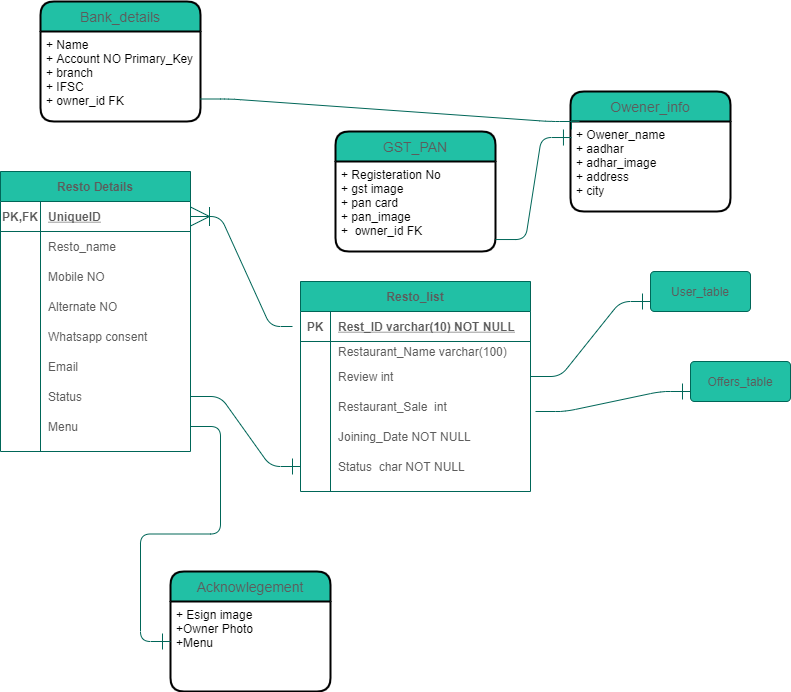
Earlier version of the draw.io export Resto_list.drawio.png (t007rushi/Resto_list). Source tidied: cells renumbered, new cells last; positions are measured from the earlier drawing's top-left corner, leaving out a move shared by most shapes. Source of this version:
```xml
<mxGraphModel>
  <root>
    <mxCell id="0" />
    <mxCell id="1" parent="0" />
    <mxCell id="2" value="Resto_list" style="shape=table;startSize=30;rowLines=0;fontStyle=1;align=center;hachureGap=4;fillColor=#21C0A5;strokeColor=#006658;fontColor=#5C5C5C;" parent="1" vertex="1">
      <mxGeometry x="300" y="280" width="230" height="210" as="geometry" />
    </mxCell>
    <mxCell id="3" style="shape=partialRectangle;fillColor=none;top=0;left=0;bottom=1;right=0;points=[[0,0.5],[1,0.5]];portConstraint=eastwest;strokeColor=#006658;fontColor=#5C5C5C;" parent="2" vertex="1">
      <mxGeometry y="30" width="230" height="30" as="geometry" />
    </mxCell>
    <mxCell id="4" value="PK" style="shape=partialRectangle;fillColor=none;top=0;left=0;bottom=0;right=0;fontStyle=1;overflow=hidden;strokeColor=#006658;fontColor=#5C5C5C;" parent="3" vertex="1">
      <mxGeometry width="30" height="30" as="geometry" />
    </mxCell>
    <mxCell id="5" value="Rest_ID varchar(10) NOT NULL" style="shape=partialRectangle;fillColor=none;top=0;left=0;bottom=0;right=0;align=left;spacingLeft=6;fontStyle=5;overflow=hidden;strokeColor=#006658;fontColor=#5C5C5C;" parent="3" vertex="1">
      <mxGeometry x="30" width="200" height="30" as="geometry" />
    </mxCell>
    <mxCell id="6" style="shape=partialRectangle;fillColor=none;top=0;left=0;bottom=0;right=0;strokeColor=#006658;fontColor=#5C5C5C;" parent="2" vertex="1">
      <mxGeometry y="60" width="230" height="20" as="geometry" />
    </mxCell>
    <mxCell id="7" style="shape=partialRectangle;fillColor=none;top=0;left=0;bottom=0;right=0;overflow=hidden;strokeColor=#006658;fontColor=#5C5C5C;" parent="6" vertex="1">
      <mxGeometry width="30" height="20" as="geometry" />
    </mxCell>
    <mxCell id="8" value="Restaurant_Name varchar(100)" style="shape=partialRectangle;fillColor=none;top=0;left=0;bottom=0;right=0;align=left;spacingLeft=6;overflow=hidden;strokeColor=#006658;fontColor=#5C5C5C;" parent="6" vertex="1">
      <mxGeometry x="30" width="200" height="20" as="geometry" />
    </mxCell>
    <mxCell id="9" style="shape=partialRectangle;fillColor=none;top=0;left=0;bottom=0;right=0;points=[[0,0.5],[1,0.5]];portConstraint=eastwest;strokeColor=#006658;fontColor=#5C5C5C;" parent="2" vertex="1">
      <mxGeometry y="80" width="230" height="30" as="geometry" />
    </mxCell>
    <mxCell id="10" style="shape=partialRectangle;fillColor=none;top=0;left=0;bottom=0;right=0;overflow=hidden;strokeColor=#006658;fontColor=#5C5C5C;" parent="9" vertex="1">
      <mxGeometry width="30" height="30" as="geometry" />
    </mxCell>
    <mxCell id="11" value="Review int " style="shape=partialRectangle;fillColor=none;top=0;left=0;bottom=0;right=0;align=left;spacingLeft=6;overflow=hidden;strokeColor=#006658;fontColor=#5C5C5C;" parent="9" vertex="1">
      <mxGeometry x="30" width="200" height="30" as="geometry" />
    </mxCell>
    <mxCell id="12" style="shape=partialRectangle;fillColor=none;top=0;left=0;bottom=0;right=0;strokeColor=#006658;fontColor=#5C5C5C;" parent="2" vertex="1">
      <mxGeometry y="110" width="230" height="30" as="geometry" />
    </mxCell>
    <mxCell id="13" style="shape=partialRectangle;fillColor=none;top=0;left=0;bottom=0;right=0;overflow=hidden;strokeColor=#006658;fontColor=#5C5C5C;" parent="12" vertex="1">
      <mxGeometry width="30" height="30" as="geometry" />
    </mxCell>
    <mxCell id="14" value="Restaurant_Sale  int" style="shape=partialRectangle;fillColor=none;top=0;left=0;bottom=0;right=0;align=left;spacingLeft=6;overflow=hidden;strokeColor=#006658;fontColor=#5C5C5C;" parent="12" vertex="1">
      <mxGeometry x="30" width="200" height="30" as="geometry" />
    </mxCell>
    <mxCell id="15" style="shape=partialRectangle;fillColor=none;top=0;left=0;bottom=0;right=0;strokeColor=#006658;fontColor=#5C5C5C;" parent="2" vertex="1">
      <mxGeometry y="140" width="230" height="30" as="geometry" />
    </mxCell>
    <mxCell id="16" style="shape=partialRectangle;fillColor=none;top=0;left=0;bottom=0;right=0;overflow=hidden;strokeColor=#006658;fontColor=#5C5C5C;" parent="15" vertex="1">
      <mxGeometry width="30" height="30" as="geometry" />
    </mxCell>
    <mxCell id="17" value="Joining_Date NOT NULL" style="shape=partialRectangle;fillColor=none;top=0;left=0;bottom=0;right=0;align=left;spacingLeft=6;overflow=hidden;strokeColor=#006658;fontColor=#5C5C5C;" parent="15" vertex="1">
      <mxGeometry x="30" width="200" height="30" as="geometry" />
    </mxCell>
    <mxCell id="18" style="shape=partialRectangle;fillColor=none;top=0;left=0;bottom=0;right=0;points=[[0,0.5],[1,0.5]];portConstraint=eastwest;strokeColor=#006658;fontColor=#5C5C5C;" parent="2" vertex="1">
      <mxGeometry y="170" width="230" height="30" as="geometry" />
    </mxCell>
    <mxCell id="19" style="shape=partialRectangle;fillColor=none;top=0;left=0;bottom=0;right=0;overflow=hidden;strokeColor=#006658;fontColor=#5C5C5C;" parent="18" vertex="1">
      <mxGeometry width="30" height="30" as="geometry" />
    </mxCell>
    <mxCell id="20" value="Status  char NOT NULL " style="shape=partialRectangle;fillColor=none;top=0;left=0;bottom=0;right=0;align=left;spacingLeft=6;overflow=hidden;strokeColor=#006658;fontColor=#5C5C5C;" parent="18" vertex="1">
      <mxGeometry x="30" width="200" height="30" as="geometry" />
    </mxCell>
    <mxCell id="21" value="Resto Details" style="shape=table;startSize=30;rowLines=0;fontStyle=1;align=center;hachureGap=4;fillColor=#21C0A5;strokeColor=#006658;fontColor=#5C5C5C;" parent="1" vertex="1">
      <mxGeometry y="170" width="190" height="280" as="geometry" />
    </mxCell>
    <mxCell id="22" style="shape=partialRectangle;fillColor=none;top=0;left=0;bottom=1;right=0;points=[[0,0.5],[1,0.5]];portConstraint=eastwest;strokeColor=#006658;fontColor=#5C5C5C;" parent="21" vertex="1">
      <mxGeometry y="30" width="190" height="30" as="geometry" />
    </mxCell>
    <mxCell id="23" value="PK,FK" style="shape=partialRectangle;fillColor=none;top=0;left=0;bottom=0;right=0;fontStyle=1;overflow=hidden;strokeColor=#006658;fontColor=#5C5C5C;" parent="22" vertex="1">
      <mxGeometry width="40" height="30" as="geometry" />
    </mxCell>
    <mxCell id="24" value="UniqueID" style="shape=partialRectangle;fillColor=none;top=0;left=0;bottom=0;right=0;align=left;spacingLeft=6;fontStyle=5;overflow=hidden;strokeColor=#006658;fontColor=#5C5C5C;" parent="22" vertex="1">
      <mxGeometry x="40" width="150" height="30" as="geometry" />
    </mxCell>
    <mxCell id="25" style="shape=partialRectangle;fillColor=none;top=0;left=0;bottom=0;right=0;strokeColor=#006658;fontColor=#5C5C5C;" parent="21" vertex="1">
      <mxGeometry y="60" width="190" height="30" as="geometry" />
    </mxCell>
    <mxCell id="26" style="shape=partialRectangle;fillColor=none;top=0;left=0;bottom=0;right=0;overflow=hidden;strokeColor=#006658;fontColor=#5C5C5C;" parent="25" vertex="1">
      <mxGeometry width="40" height="30" as="geometry" />
    </mxCell>
    <mxCell id="27" value="Resto_name" style="shape=partialRectangle;fillColor=none;top=0;left=0;bottom=0;right=0;align=left;spacingLeft=6;overflow=hidden;strokeColor=#006658;fontColor=#5C5C5C;" parent="25" vertex="1">
      <mxGeometry x="40" width="150" height="30" as="geometry" />
    </mxCell>
    <mxCell id="28" style="shape=partialRectangle;fillColor=none;top=0;left=0;bottom=0;right=0;strokeColor=#006658;fontColor=#5C5C5C;" parent="21" vertex="1">
      <mxGeometry y="90" width="190" height="30" as="geometry" />
    </mxCell>
    <mxCell id="29" style="shape=partialRectangle;fillColor=none;top=0;left=0;bottom=0;right=0;overflow=hidden;strokeColor=#006658;fontColor=#5C5C5C;" parent="28" vertex="1">
      <mxGeometry width="40" height="30" as="geometry" />
    </mxCell>
    <mxCell id="30" value="Mobile NO" style="shape=partialRectangle;fillColor=none;top=0;left=0;bottom=0;right=0;align=left;spacingLeft=6;overflow=hidden;strokeColor=#006658;fontColor=#5C5C5C;" parent="28" vertex="1">
      <mxGeometry x="40" width="150" height="30" as="geometry" />
    </mxCell>
    <mxCell id="31" style="shape=partialRectangle;fillColor=none;top=0;left=0;bottom=0;right=0;strokeColor=#006658;fontColor=#5C5C5C;" parent="21" vertex="1">
      <mxGeometry y="120" width="190" height="30" as="geometry" />
    </mxCell>
    <mxCell id="32" style="shape=partialRectangle;fillColor=none;top=0;left=0;bottom=0;right=0;overflow=hidden;strokeColor=#006658;fontColor=#5C5C5C;" parent="31" vertex="1">
      <mxGeometry width="40" height="30" as="geometry" />
    </mxCell>
    <mxCell id="33" value="Alternate NO" style="shape=partialRectangle;fillColor=none;top=0;left=0;bottom=0;right=0;align=left;spacingLeft=6;overflow=hidden;strokeColor=#006658;fontColor=#5C5C5C;" parent="31" vertex="1">
      <mxGeometry x="40" width="150" height="30" as="geometry" />
    </mxCell>
    <mxCell id="34" style="shape=partialRectangle;fillColor=none;top=0;left=0;bottom=0;right=0;strokeColor=#006658;fontColor=#5C5C5C;" parent="21" vertex="1">
      <mxGeometry y="150" width="190" height="30" as="geometry" />
    </mxCell>
    <mxCell id="35" style="shape=partialRectangle;fillColor=none;top=0;left=0;bottom=0;right=0;overflow=hidden;strokeColor=#006658;fontColor=#5C5C5C;" parent="34" vertex="1">
      <mxGeometry width="40" height="30" as="geometry" />
    </mxCell>
    <mxCell id="36" value="Whatsapp consent" style="shape=partialRectangle;fillColor=none;top=0;left=0;bottom=0;right=0;align=left;spacingLeft=6;overflow=hidden;strokeColor=#006658;fontColor=#5C5C5C;" parent="34" vertex="1">
      <mxGeometry x="40" width="150" height="30" as="geometry" />
    </mxCell>
    <mxCell id="37" style="shape=partialRectangle;fillColor=none;top=0;left=0;bottom=0;right=0;strokeColor=#006658;fontColor=#5C5C5C;" parent="21" vertex="1">
      <mxGeometry y="180" width="190" height="30" as="geometry" />
    </mxCell>
    <mxCell id="38" style="shape=partialRectangle;fillColor=none;top=0;left=0;bottom=0;right=0;overflow=hidden;strokeColor=#006658;fontColor=#5C5C5C;" parent="37" vertex="1">
      <mxGeometry width="40" height="30" as="geometry" />
    </mxCell>
    <mxCell id="39" value="Email" style="shape=partialRectangle;fillColor=none;top=0;left=0;bottom=0;right=0;align=left;spacingLeft=6;overflow=hidden;strokeColor=#006658;fontColor=#5C5C5C;" parent="37" vertex="1">
      <mxGeometry x="40" width="150" height="30" as="geometry" />
    </mxCell>
    <mxCell id="40" style="shape=partialRectangle;fillColor=none;top=0;left=0;bottom=0;right=0;points=[[0,0.5],[1,0.5]];portConstraint=eastwest;strokeColor=#006658;fontColor=#5C5C5C;" parent="21" vertex="1">
      <mxGeometry y="210" width="190" height="30" as="geometry" />
    </mxCell>
    <mxCell id="41" style="shape=partialRectangle;fillColor=none;top=0;left=0;bottom=0;right=0;overflow=hidden;strokeColor=#006658;fontColor=#5C5C5C;" parent="40" vertex="1">
      <mxGeometry width="40" height="30" as="geometry" />
    </mxCell>
    <mxCell id="42" value="Status" style="shape=partialRectangle;fillColor=none;top=0;left=0;bottom=0;right=0;align=left;spacingLeft=6;overflow=hidden;strokeColor=#006658;fontColor=#5C5C5C;" parent="40" vertex="1">
      <mxGeometry x="40" width="150" height="30" as="geometry" />
    </mxCell>
    <mxCell id="43" style="shape=partialRectangle;fillColor=none;top=0;left=0;bottom=0;right=0;points=[[0,0.5],[1,0.5]];portConstraint=eastwest;strokeColor=#006658;fontColor=#5C5C5C;" parent="21" vertex="1">
      <mxGeometry y="240" width="190" height="30" as="geometry" />
    </mxCell>
    <mxCell id="44" style="shape=partialRectangle;fillColor=none;top=0;left=0;bottom=0;right=0;overflow=hidden;strokeColor=#006658;fontColor=#5C5C5C;" parent="43" vertex="1">
      <mxGeometry width="40" height="30" as="geometry" />
    </mxCell>
    <mxCell id="45" value="Menu" style="shape=partialRectangle;fillColor=none;top=0;left=0;bottom=0;right=0;align=left;spacingLeft=6;overflow=hidden;strokeColor=#006658;fontColor=#5C5C5C;" parent="43" vertex="1">
      <mxGeometry x="40" width="150" height="30" as="geometry" />
    </mxCell>
    <mxCell id="46" style="edgeStyle=entityRelationEdgeStyle;fontSize=12;html=1;endArrow=ERoneToMany;startSize=17;endSize=17;sourcePerimeterSpacing=8;targetPerimeterSpacing=8;entryX=1;entryY=0.5;entryDx=0;entryDy=0;strokeColor=#006658;fontColor=#5C5C5C;" parent="1" edge="1" source="3" target="22">
      <mxGeometry relative="1" as="geometry" />
    </mxCell>
    <mxCell id="47" value="Owener_info" style="swimlane;horizontal=1;startSize=30;rounded=1;fontSize=14;fontStyle=0;strokeWidth=2;shadow=0;dashed=0;align=center;hachureGap=4;sketch=0;fontColor=#5C5C5C;fillColor=#21C0A5;" parent="1" vertex="1">
      <mxGeometry x="570" y="90" width="160" height="120" as="geometry" />
    </mxCell>
    <mxCell id="48" value="+ Owener_name&#10;+ aadhar&#10;+ adhar_image&#10;+ address&#10;+ city" style="align=left;strokeColor=none;fillColor=none;spacingLeft=4;fontSize=12;verticalAlign=top;" parent="47" vertex="1">
      <mxGeometry y="30" width="160" height="90" as="geometry" />
    </mxCell>
    <mxCell id="49" value="Offers_table" style="rounded=1;arcSize=10;whiteSpace=wrap;html=1;align=center;hachureGap=4;sketch=0;fontColor=#5C5C5C;strokeColor=#006658;fillColor=#21C0A5;" parent="1" vertex="1">
      <mxGeometry x="690" y="360" width="100" height="40" as="geometry" />
    </mxCell>
    <mxCell id="50" style="edgeStyle=entityRelationEdgeStyle;fontSize=12;html=1;endArrow=ERone;endFill=1;startSize=14;endSize=14;sourcePerimeterSpacing=8;targetPerimeterSpacing=8;fontColor=#5C5C5C;strokeColor=#006658;fillColor=#21C0A5;entryX=0;entryY=0.75;entryDx=0;entryDy=0;" parent="1" edge="1" target="49">
      <mxGeometry relative="1" as="geometry">
        <mxPoint x="535" y="410" as="sourcePoint" />
      </mxGeometry>
    </mxCell>
    <mxCell id="51" value="User_table" style="rounded=1;arcSize=10;whiteSpace=wrap;html=1;align=center;hachureGap=4;sketch=0;fontColor=#5C5C5C;strokeColor=#006658;fillColor=#21C0A5;" parent="1" vertex="1">
      <mxGeometry x="650" y="270" width="100" height="40" as="geometry" />
    </mxCell>
    <mxCell id="52" style="edgeStyle=entityRelationEdgeStyle;fontSize=12;html=1;endArrow=ERone;endFill=1;startSize=14;endSize=14;sourcePerimeterSpacing=8;targetPerimeterSpacing=8;fontColor=#5C5C5C;strokeColor=#006658;fillColor=#21C0A5;entryX=0;entryY=0.75;entryDx=0;entryDy=0;exitX=1;exitY=0.5;exitDx=0;exitDy=0;" parent="1" edge="1" source="9" target="51">
      <mxGeometry relative="1" as="geometry" />
    </mxCell>
    <mxCell id="53" style="edgeStyle=entityRelationEdgeStyle;fontSize=12;html=1;endArrow=ERone;endFill=1;startSize=14;endSize=14;sourcePerimeterSpacing=8;targetPerimeterSpacing=8;fontColor=#5C5C5C;strokeColor=#006658;fillColor=#21C0A5;exitX=1;exitY=0.5;exitDx=0;exitDy=0;entryX=0;entryY=0.5;entryDx=0;entryDy=0;" parent="1" edge="1" source="40" target="18">
      <mxGeometry relative="1" as="geometry" />
    </mxCell>
    <mxCell id="54" value="Bank_details" style="swimlane;horizontal=1;startSize=30;rounded=1;fontSize=14;fontStyle=0;strokeWidth=2;shadow=0;dashed=0;align=center;hachureGap=4;sketch=0;fontColor=#5C5C5C;fillColor=#21C0A5;" parent="1" vertex="1">
      <mxGeometry x="40" width="160" height="120" as="geometry" />
    </mxCell>
    <mxCell id="55" value="+ Name&#10;+ Account NO Primary_Key&#10;+ branch &#10;+ IFSC&#10;+ owner_id FK" style="align=left;strokeColor=none;fillColor=none;spacingLeft=4;fontSize=12;verticalAlign=top;" parent="54" vertex="1">
      <mxGeometry y="30" width="160" height="90" as="geometry" />
    </mxCell>
    <mxCell id="56" value="GST_PAN" style="swimlane;horizontal=1;startSize=30;rounded=1;fontSize=14;fontStyle=0;strokeWidth=2;shadow=0;dashed=0;align=center;hachureGap=4;sketch=0;fontColor=#5C5C5C;fillColor=#21C0A5;" parent="1" vertex="1">
      <mxGeometry x="335" y="130" width="160" height="120" as="geometry" />
    </mxCell>
    <mxCell id="57" value="+ Registeration No&#10;+ gst image&#10;+ pan card&#10;+ pan_image&#10;+  owner_id FK" style="align=left;strokeColor=none;fillColor=none;spacingLeft=4;fontSize=12;verticalAlign=top;" parent="56" vertex="1">
      <mxGeometry y="30" width="160" height="90" as="geometry" />
    </mxCell>
    <mxCell id="58" value="Acknowlegement" style="swimlane;horizontal=1;startSize=30;rounded=1;fontSize=14;fontStyle=0;strokeWidth=2;shadow=0;dashed=0;align=center;hachureGap=4;sketch=0;fontColor=#5C5C5C;fillColor=#21C0A5;" parent="1" vertex="1">
      <mxGeometry x="170" y="570" width="160" height="120" as="geometry" />
    </mxCell>
    <mxCell id="59" value="+ Esign image&#10;+Owner Photo&#10;+Menu" style="align=left;strokeColor=none;fillColor=none;spacingLeft=4;fontSize=12;verticalAlign=top;" parent="58" vertex="1">
      <mxGeometry y="30" width="160" height="90" as="geometry" />
    </mxCell>
    <mxCell id="60" style="edgeStyle=entityRelationEdgeStyle;fontSize=12;html=1;endArrow=ERone;endFill=1;startSize=14;endSize=14;sourcePerimeterSpacing=8;targetPerimeterSpacing=8;fontColor=#5C5C5C;strokeColor=#006658;fillColor=#21C0A5;exitX=1;exitY=0.867;exitDx=0;exitDy=0;exitPerimeter=0;entryX=0.006;entryY=0.178;entryDx=0;entryDy=0;entryPerimeter=0;" parent="1" edge="1" source="57" target="48">
      <mxGeometry relative="1" as="geometry" />
    </mxCell>
    <mxCell id="61" style="edgeStyle=entityRelationEdgeStyle;fontSize=12;html=1;endArrow=ERone;endFill=1;startSize=14;endSize=14;sourcePerimeterSpacing=8;targetPerimeterSpacing=8;fontColor=#5C5C5C;strokeColor=#006658;fillColor=#21C0A5;exitX=1;exitY=0.5;exitDx=0;exitDy=0;" parent="1" edge="1" source="43">
      <mxGeometry relative="1" as="geometry">
        <mxPoint x="170" y="640" as="targetPoint" />
      </mxGeometry>
    </mxCell>
    <mxCell id="62" style="edgeStyle=entityRelationEdgeStyle;fontSize=12;html=1;endArrow=ERone;endFill=1;startSize=14;endSize=14;sourcePerimeterSpacing=8;targetPerimeterSpacing=8;fontColor=#5C5C5C;strokeColor=#006658;fillColor=#21C0A5;exitX=1;exitY=0.75;exitDx=0;exitDy=0;entryX=0.056;entryY=0.25;entryDx=0;entryDy=0;entryPerimeter=0;" parent="1" edge="1" source="55" target="47">
      <mxGeometry relative="1" as="geometry" />
    </mxCell>
  </root>
</mxGraphModel>
```
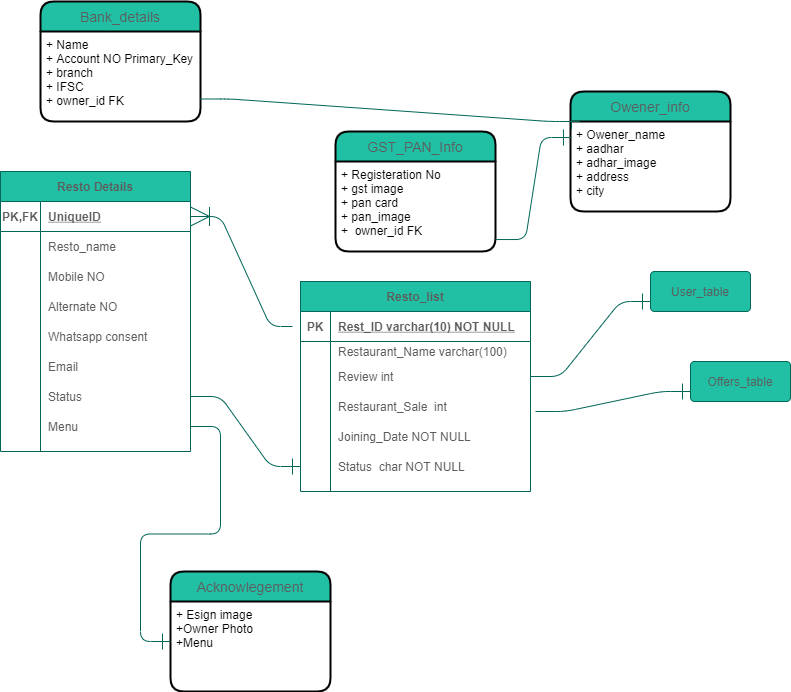
Later version of the same file.

Change to the diagram source:
```diff
@@ -166,7 +166,7 @@
     <mxCell id="55" value="+ Name&#10;+ Account NO Primary_Key&#10;+ branch &#10;+ IFSC&#10;+ owner_id FK" style="align=left;strokeColor=none;fillColor=none;spacingLeft=4;fontSize=12;verticalAlign=top;" parent="54" vertex="1">
       <mxGeometry y="30" width="160" height="90" as="geometry" />
     </mxCell>
-    <mxCell id="56" value="GST_PAN" style="swimlane;horizontal=1;startSize=30;rounded=1;fontSize=14;fontStyle=0;strokeWidth=2;shadow=0;dashed=0;align=center;hachureGap=4;sketch=0;fontColor=#5C5C5C;fillColor=#21C0A5;" parent="1" vertex="1">
+    <mxCell id="56" value="GST_PAN_Info" style="swimlane;horizontal=1;startSize=30;rounded=1;fontSize=14;fontStyle=0;strokeWidth=2;shadow=0;dashed=0;align=center;hachureGap=4;sketch=0;fontColor=#5C5C5C;fillColor=#21C0A5;" parent="1" vertex="1">
       <mxGeometry x="335" y="130" width="160" height="120" as="geometry" />
     </mxCell>
     <mxCell id="57" value="+ Registeration No&#10;+ gst image&#10;+ pan card&#10;+ pan_image&#10;+  owner_id FK" style="align=left;strokeColor=none;fillColor=none;spacingLeft=4;fontSize=12;verticalAlign=top;" parent="56" vertex="1">
```
